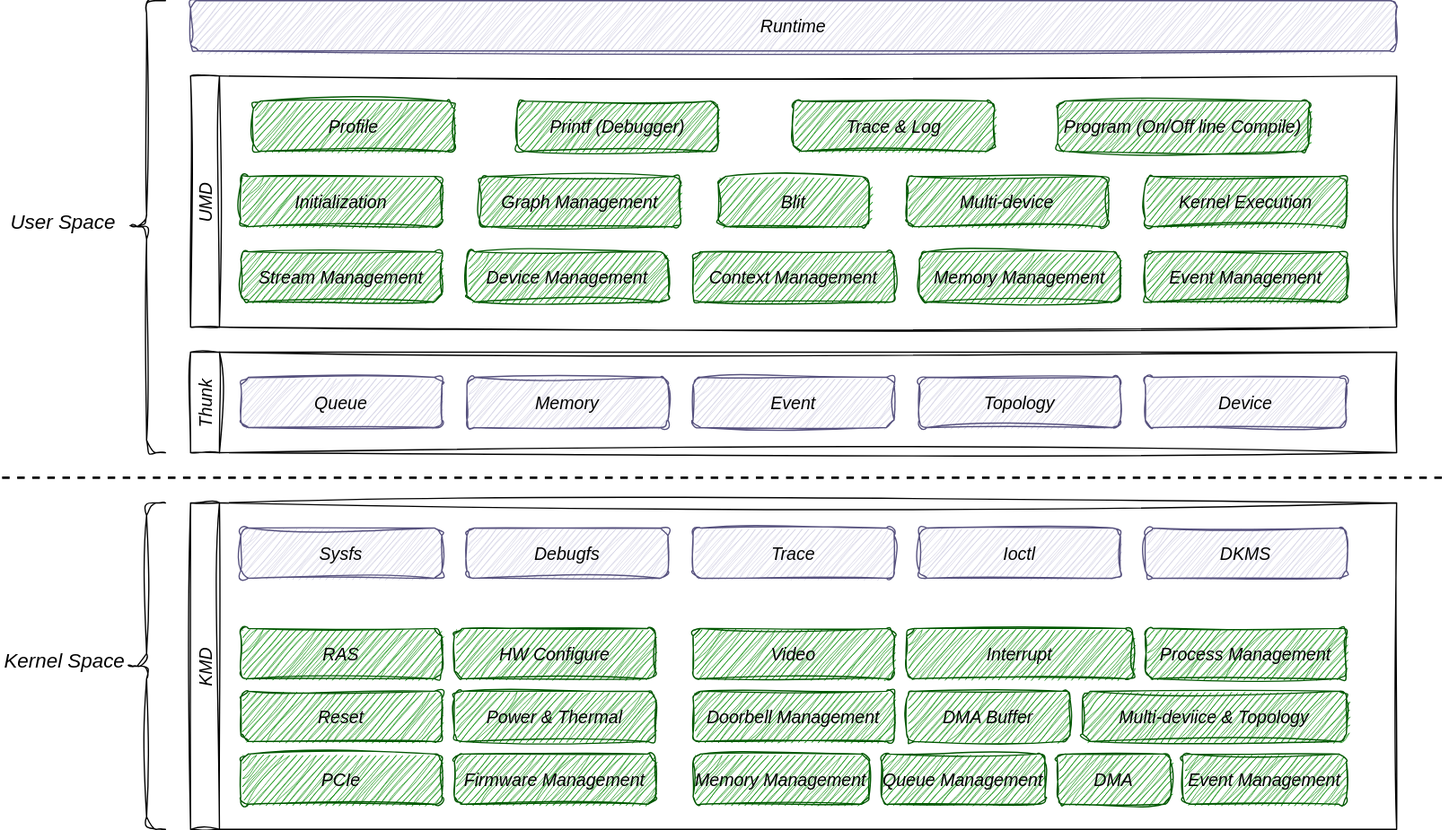
This is doc/com_driver.drawio.svg from matchdiy/memo, a draw.io export, as it was before one commit. Source tidied: cells renumbered, new cells last; positions are measured from the earlier drawing's top-left corner, leaving out a move shared by most shapes.
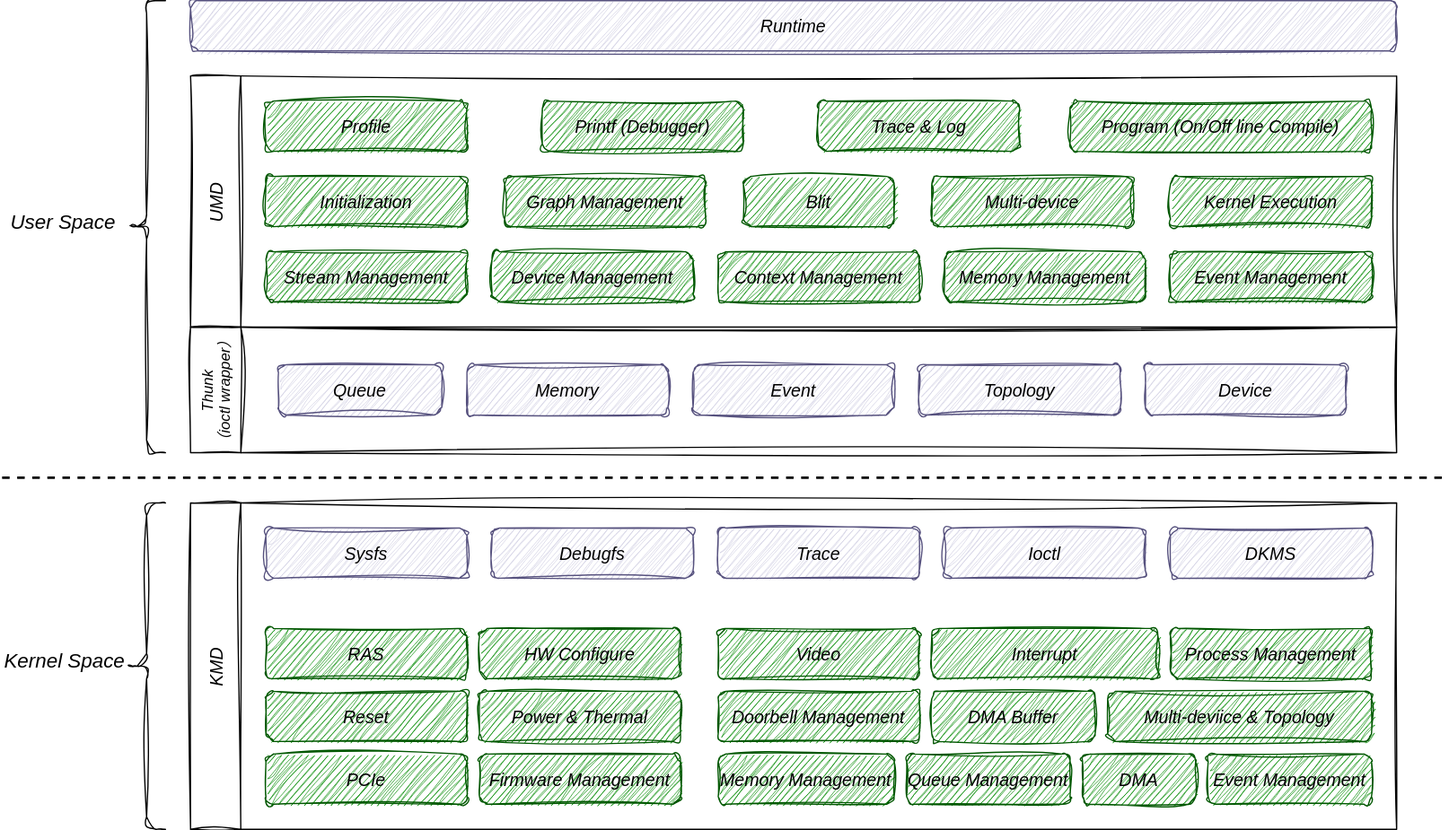
Later version of the same file.

Change to the diagram source:
```diff
@@ -2,137 +2,137 @@
   <root>
     <mxCell id="0" />
     <mxCell id="1" parent="0" />
-    <mxCell id="2" value="KMD" style="swimlane;horizontal=0;sketch=1;curveFitting=1;jiggle=2;fontSize=14;fontStyle=2;labelBackgroundColor=none;fontColor=default;labelBorderColor=none;" parent="1" vertex="1">
+    <mxCell id="2" value="KMD" style="swimlane;horizontal=0;sketch=1;curveFitting=1;jiggle=2;fontSize=14;fontStyle=2;labelBackgroundColor=none;fontColor=default;labelBorderColor=none;startSize=40;" parent="1" vertex="1">
       <mxGeometry x="150" y="400" width="960" height="260" as="geometry" />
     </mxCell>
     <mxCell id="3" value="Sysfs" style="rounded=1;fillColor=#d0cee2;strokeColor=#56517e;fontStyle=2;sketch=1;curveFitting=1;jiggle=2;fontSize=14;labelBackgroundColor=none;labelBorderColor=none;fontColor=default;" parent="2" vertex="1">
-      <mxGeometry x="40" y="20" width="160" height="40" as="geometry" />
+      <mxGeometry x="60" y="20" width="160" height="40" as="geometry" />
     </mxCell>
     <mxCell id="4" value="Debugfs" style="rounded=1;fillColor=#d0cee2;strokeColor=#56517e;fontStyle=2;sketch=1;curveFitting=1;jiggle=2;fontSize=14;labelBackgroundColor=none;labelBorderColor=none;fontColor=default;" parent="2" vertex="1">
-      <mxGeometry x="220" y="20" width="160" height="40" as="geometry" />
+      <mxGeometry x="240" y="20" width="160" height="40" as="geometry" />
     </mxCell>
     <mxCell id="5" value="Trace" style="rounded=1;fillColor=#d0cee2;strokeColor=#56517e;fontStyle=2;sketch=1;curveFitting=1;jiggle=2;fontSize=14;labelBackgroundColor=none;labelBorderColor=none;fontColor=default;" parent="2" vertex="1">
-      <mxGeometry x="400" y="20" width="160" height="40" as="geometry" />
+      <mxGeometry x="420" y="20" width="160" height="40" as="geometry" />
     </mxCell>
     <mxCell id="6" value="Ioctl" style="rounded=1;fillColor=#d0cee2;strokeColor=#56517e;fontStyle=2;sketch=1;curveFitting=1;jiggle=2;fontSize=14;labelBackgroundColor=none;labelBorderColor=none;fontColor=default;" parent="2" vertex="1">
-      <mxGeometry x="580" y="20" width="160" height="40" as="geometry" />
+      <mxGeometry x="600" y="20" width="160" height="40" as="geometry" />
     </mxCell>
     <mxCell id="7" value="DKMS" style="rounded=1;fillColor=#d0cee2;strokeColor=#56517e;fontStyle=2;sketch=1;curveFitting=1;jiggle=2;fontSize=14;labelBackgroundColor=none;labelBorderColor=none;fontColor=default;" parent="2" vertex="1">
-      <mxGeometry x="760" y="20" width="160" height="40" as="geometry" />
+      <mxGeometry x="780" y="20" width="160" height="40" as="geometry" />
     </mxCell>
     <mxCell id="8" value="RAS" style="rounded=1;fillColor=#008a00;strokeColor=#005700;fontStyle=2;sketch=1;curveFitting=1;jiggle=2;fontColor=default;fontSize=14;labelBackgroundColor=none;labelBorderColor=none;" parent="2" vertex="1">
-      <mxGeometry x="40" y="100" width="160" height="40" as="geometry" />
+      <mxGeometry x="60" y="100" width="160" height="40" as="geometry" />
     </mxCell>
     <mxCell id="9" value="Reset" style="rounded=1;fillColor=#008a00;strokeColor=#005700;fontStyle=2;sketch=1;curveFitting=1;jiggle=2;fontColor=default;fontSize=14;labelBackgroundColor=none;labelBorderColor=none;" parent="2" vertex="1">
-      <mxGeometry x="40" y="150" width="160" height="40" as="geometry" />
+      <mxGeometry x="60" y="150" width="160" height="40" as="geometry" />
     </mxCell>
     <mxCell id="10" value="PCIe" style="rounded=1;fillColor=#008a00;strokeColor=#005700;fontStyle=2;sketch=1;curveFitting=1;jiggle=2;fontColor=default;fontSize=14;labelBackgroundColor=none;labelBorderColor=none;" parent="2" vertex="1">
-      <mxGeometry x="40" y="200" width="160" height="40" as="geometry" />
+      <mxGeometry x="60" y="200" width="160" height="40" as="geometry" />
     </mxCell>
     <mxCell id="11" value="HW Configure" style="rounded=1;fillColor=#008a00;strokeColor=#005700;fontStyle=2;sketch=1;curveFitting=1;jiggle=2;fontColor=default;fontSize=14;labelBackgroundColor=none;labelBorderColor=none;" parent="2" vertex="1">
-      <mxGeometry x="210" y="100" width="160" height="40" as="geometry" />
+      <mxGeometry x="230" y="100" width="160" height="40" as="geometry" />
     </mxCell>
     <mxCell id="12" value="Power &amp; Thermal" style="rounded=1;fillColor=#008a00;strokeColor=#005700;fontStyle=2;sketch=1;curveFitting=1;jiggle=2;fontColor=default;fontSize=14;labelBackgroundColor=none;labelBorderColor=none;" parent="2" vertex="1">
-      <mxGeometry x="210" y="150" width="160" height="40" as="geometry" />
+      <mxGeometry x="230" y="150" width="160" height="40" as="geometry" />
     </mxCell>
     <mxCell id="13" value="Firmware Management" style="rounded=1;fillColor=#008a00;strokeColor=#005700;fontStyle=2;sketch=1;curveFitting=1;jiggle=2;fontColor=default;fontSize=14;labelBackgroundColor=none;labelBorderColor=none;" parent="2" vertex="1">
-      <mxGeometry x="210" y="200" width="160" height="40" as="geometry" />
+      <mxGeometry x="230" y="200" width="160" height="40" as="geometry" />
     </mxCell>
     <mxCell id="14" value="Video" style="rounded=1;fillColor=#008a00;strokeColor=#005700;fontStyle=2;sketch=1;curveFitting=1;jiggle=2;fontColor=default;fontSize=14;labelBackgroundColor=none;labelBorderColor=none;" parent="2" vertex="1">
-      <mxGeometry x="400" y="100" width="160" height="40" as="geometry" />
+      <mxGeometry x="420" y="100" width="160" height="40" as="geometry" />
     </mxCell>
     <mxCell id="15" value="Interrupt" style="rounded=1;fillColor=#008a00;strokeColor=#005700;fontStyle=2;sketch=1;curveFitting=1;jiggle=2;fontColor=default;fontSize=14;labelBackgroundColor=none;labelBorderColor=none;" parent="2" vertex="1">
-      <mxGeometry x="570" y="100" width="180" height="40" as="geometry" />
+      <mxGeometry x="590" y="100" width="180" height="40" as="geometry" />
     </mxCell>
     <mxCell id="16" value="Process Management" style="rounded=1;fillColor=#008a00;strokeColor=#005700;fontStyle=2;sketch=1;curveFitting=1;jiggle=2;fontColor=default;fontSize=14;labelBackgroundColor=none;labelBorderColor=none;" parent="2" vertex="1">
-      <mxGeometry x="760" y="100" width="160" height="40" as="geometry" />
+      <mxGeometry x="780" y="100" width="160" height="40" as="geometry" />
     </mxCell>
     <mxCell id="17" value="Doorbell Management" style="rounded=1;fillColor=#008a00;strokeColor=#005700;fontStyle=2;sketch=1;curveFitting=1;jiggle=2;fontColor=default;fontSize=14;labelBackgroundColor=none;labelBorderColor=none;" parent="2" vertex="1">
-      <mxGeometry x="400" y="150" width="160" height="40" as="geometry" />
+      <mxGeometry x="420" y="150" width="160" height="40" as="geometry" />
     </mxCell>
     <mxCell id="18" value="DMA Buffer" style="rounded=1;fillColor=#008a00;strokeColor=#005700;fontStyle=2;sketch=1;curveFitting=1;jiggle=2;fontColor=default;fontSize=14;labelBackgroundColor=none;labelBorderColor=none;" parent="2" vertex="1">
-      <mxGeometry x="570" y="150" width="130" height="40" as="geometry" />
+      <mxGeometry x="590" y="150" width="130" height="40" as="geometry" />
     </mxCell>
     <mxCell id="19" value="Multi-deviice &amp; Topology" style="rounded=1;fillColor=#008a00;strokeColor=#005700;fontStyle=2;sketch=1;curveFitting=1;jiggle=2;fontColor=default;fontSize=14;labelBackgroundColor=none;labelBorderColor=none;" parent="2" vertex="1">
-      <mxGeometry x="710" y="150" width="210" height="40" as="geometry" />
+      <mxGeometry x="730" y="150" width="210" height="40" as="geometry" />
     </mxCell>
     <mxCell id="20" value="Memory Management" style="rounded=1;fillColor=#008a00;strokeColor=#005700;fontStyle=2;sketch=1;curveFitting=1;jiggle=2;fontColor=default;fontSize=14;labelBackgroundColor=none;labelBorderColor=none;" parent="2" vertex="1">
-      <mxGeometry x="400" y="200" width="140" height="40" as="geometry" />
+      <mxGeometry x="420" y="200" width="140" height="40" as="geometry" />
     </mxCell>
     <mxCell id="21" value="Queue Management" style="rounded=1;fillColor=#008a00;strokeColor=#005700;fontStyle=2;sketch=1;curveFitting=1;jiggle=2;fontColor=default;fontSize=14;labelBackgroundColor=none;labelBorderColor=none;" parent="2" vertex="1">
-      <mxGeometry x="550" y="200" width="130" height="40" as="geometry" />
+      <mxGeometry x="570" y="200" width="130" height="40" as="geometry" />
     </mxCell>
     <mxCell id="22" value="DMA" style="rounded=1;fillColor=#008a00;strokeColor=#005700;fontStyle=2;sketch=1;curveFitting=1;jiggle=2;fontColor=default;fontSize=14;labelBackgroundColor=none;labelBorderColor=none;" parent="2" vertex="1">
-      <mxGeometry x="690" y="200" width="90" height="40" as="geometry" />
+      <mxGeometry x="710" y="200" width="90" height="40" as="geometry" />
     </mxCell>
     <mxCell id="23" value="Event Management" style="rounded=1;fillColor=#008a00;strokeColor=#005700;fontStyle=2;sketch=1;curveFitting=1;jiggle=2;fontColor=default;fontSize=14;labelBackgroundColor=none;labelBorderColor=none;" parent="2" vertex="1">
-      <mxGeometry x="790" y="200" width="130" height="40" as="geometry" />
+      <mxGeometry x="810" y="200" width="130" height="40" as="geometry" />
     </mxCell>
     <mxCell id="24" value="Runtime" style="rounded=1;fillColor=#d0cee2;strokeColor=#56517e;fontStyle=2;sketch=1;curveFitting=1;jiggle=2;fontSize=14;labelBackgroundColor=none;labelBorderColor=none;fontColor=default;" parent="1" vertex="1">
       <mxGeometry x="150" width="960" height="40" as="geometry" />
     </mxCell>
-    <mxCell id="25" value="UMD" style="swimlane;horizontal=0;sketch=1;curveFitting=1;jiggle=2;fontSize=14;fontStyle=2;labelBackgroundColor=none;fontColor=default;labelBorderColor=none;" parent="1" vertex="1">
+    <mxCell id="25" value="UMD" style="swimlane;horizontal=0;sketch=1;curveFitting=1;jiggle=2;fontSize=14;fontStyle=2;labelBackgroundColor=none;fontColor=default;labelBorderColor=none;startSize=40;" parent="1" vertex="1">
       <mxGeometry x="150" y="60" width="960" height="200" as="geometry" />
     </mxCell>
     <mxCell id="26" value="Profile" style="rounded=1;fillColor=#008a00;strokeColor=#005700;fontStyle=2;sketch=1;curveFitting=1;jiggle=2;fontColor=default;fontSize=14;labelBackgroundColor=none;labelBorderColor=none;" parent="25" vertex="1">
-      <mxGeometry x="50" y="20" width="160" height="40" as="geometry" />
+      <mxGeometry x="60" y="20" width="160" height="40" as="geometry" />
     </mxCell>
     <mxCell id="27" value="Initialization" style="rounded=1;fillColor=#008a00;strokeColor=#005700;fontStyle=2;sketch=1;curveFitting=1;jiggle=2;fontColor=default;fontSize=14;labelBackgroundColor=none;labelBorderColor=none;" parent="25" vertex="1">
-      <mxGeometry x="40" y="80" width="160" height="40" as="geometry" />
+      <mxGeometry x="60" y="80" width="160" height="40" as="geometry" />
     </mxCell>
     <mxCell id="28" value="Stream Management" style="rounded=1;fillColor=#008a00;strokeColor=#005700;fontStyle=2;sketch=1;curveFitting=1;jiggle=2;fontColor=default;fontSize=14;labelBackgroundColor=none;labelBorderColor=none;" parent="25" vertex="1">
-      <mxGeometry x="40" y="140" width="160" height="40" as="geometry" />
+      <mxGeometry x="60" y="140" width="160" height="40" as="geometry" />
     </mxCell>
     <mxCell id="29" value="Printf (Debugger)" style="rounded=1;fillColor=#008a00;strokeColor=#005700;fontStyle=2;sketch=1;curveFitting=1;jiggle=2;fontColor=default;fontSize=14;labelBackgroundColor=none;labelBorderColor=none;" parent="25" vertex="1">
-      <mxGeometry x="260" y="20" width="160" height="40" as="geometry" />
+      <mxGeometry x="280" y="20" width="160" height="40" as="geometry" />
     </mxCell>
     <mxCell id="30" value="Graph Management" style="rounded=1;fillColor=#008a00;strokeColor=#005700;fontStyle=2;sketch=1;curveFitting=1;jiggle=2;fontColor=default;fontSize=14;labelBackgroundColor=none;labelBorderColor=none;" parent="25" vertex="1">
-      <mxGeometry x="230" y="80" width="160" height="40" as="geometry" />
+      <mxGeometry x="250" y="80" width="160" height="40" as="geometry" />
     </mxCell>
     <mxCell id="31" value="Device Management" style="rounded=1;fillColor=#008a00;strokeColor=#005700;fontStyle=2;sketch=1;curveFitting=1;jiggle=2;fontColor=default;fontSize=14;labelBackgroundColor=none;labelBorderColor=none;" parent="25" vertex="1">
-      <mxGeometry x="220" y="140" width="160" height="40" as="geometry" />
+      <mxGeometry x="240" y="140" width="160" height="40" as="geometry" />
     </mxCell>
     <mxCell id="32" value="Program (On/Off line Compile)" style="rounded=1;fillColor=#008a00;strokeColor=#005700;fontStyle=2;sketch=1;curveFitting=1;jiggle=2;fontColor=default;fontSize=14;labelBackgroundColor=none;labelBorderColor=none;" parent="25" vertex="1">
-      <mxGeometry x="690" y="20" width="200" height="40" as="geometry" />
+      <mxGeometry x="700" y="20" width="240" height="40" as="geometry" />
     </mxCell>
     <mxCell id="33" value="Blit" style="rounded=1;fillColor=#008a00;strokeColor=#005700;fontStyle=2;sketch=1;curveFitting=1;jiggle=2;fontColor=default;fontSize=14;labelBackgroundColor=none;labelBorderColor=none;" parent="25" vertex="1">
-      <mxGeometry x="420" y="80" width="120" height="40" as="geometry" />
+      <mxGeometry x="440" y="80" width="120" height="40" as="geometry" />
     </mxCell>
     <mxCell id="34" value="Context Management" style="rounded=1;fillColor=#008a00;strokeColor=#005700;fontStyle=2;sketch=1;curveFitting=1;jiggle=2;fontColor=default;fontSize=14;labelBackgroundColor=none;labelBorderColor=none;" parent="25" vertex="1">
-      <mxGeometry x="400" y="140" width="160" height="40" as="geometry" />
+      <mxGeometry x="420" y="140" width="160" height="40" as="geometry" />
     </mxCell>
     <mxCell id="35" value="Multi-device" style="rounded=1;fillColor=#008a00;strokeColor=#005700;fontStyle=2;sketch=1;curveFitting=1;jiggle=2;fontColor=default;fontSize=14;labelBackgroundColor=none;labelBorderColor=none;" parent="25" vertex="1">
-      <mxGeometry x="570" y="80" width="160" height="40" as="geometry" />
+      <mxGeometry x="590" y="80" width="160" height="40" as="geometry" />
     </mxCell>
     <mxCell id="36" value="Memory Management" style="rounded=1;fillColor=#008a00;strokeColor=#005700;fontStyle=2;sketch=1;curveFitting=1;jiggle=2;fontColor=default;fontSize=14;labelBackgroundColor=none;labelBorderColor=none;" parent="25" vertex="1">
-      <mxGeometry x="580" y="140" width="160" height="40" as="geometry" />
+      <mxGeometry x="600" y="140" width="160" height="40" as="geometry" />
     </mxCell>
     <mxCell id="37" value="Event Management" style="rounded=1;fillColor=#008a00;strokeColor=#005700;fontStyle=2;sketch=1;curveFitting=1;jiggle=2;fontColor=default;fontSize=14;labelBackgroundColor=none;labelBorderColor=none;" parent="25" vertex="1">
-      <mxGeometry x="760" y="140" width="160" height="40" as="geometry" />
+      <mxGeometry x="780" y="140" width="160" height="40" as="geometry" />
     </mxCell>
     <mxCell id="38" value="Kernel Execution" style="rounded=1;fillColor=#008a00;strokeColor=#005700;fontStyle=2;sketch=1;curveFitting=1;jiggle=2;fontColor=default;fontSize=14;labelBackgroundColor=none;labelBorderColor=none;" parent="25" vertex="1">
-      <mxGeometry x="760" y="80" width="160" height="40" as="geometry" />
+      <mxGeometry x="780" y="80" width="160" height="40" as="geometry" />
     </mxCell>
     <mxCell id="39" value="Trace &amp; Log" style="rounded=1;fillColor=#008a00;strokeColor=#005700;fontStyle=2;sketch=1;curveFitting=1;jiggle=2;fontColor=default;fontSize=14;labelBackgroundColor=none;labelBorderColor=none;" parent="25" vertex="1">
-      <mxGeometry x="480" y="20" width="160" height="40" as="geometry" />
+      <mxGeometry x="500" y="20" width="160" height="40" as="geometry" />
     </mxCell>
-    <mxCell id="40" value="Thunk" style="swimlane;horizontal=0;sketch=1;curveFitting=1;jiggle=2;fontSize=14;fontStyle=2;labelBackgroundColor=none;fontColor=default;labelBorderColor=none;" parent="1" vertex="1">
-      <mxGeometry x="150" y="280" width="960" height="80" as="geometry" />
+    <mxCell id="40" value="Thunk&#10;（ioctl wrapper）" style="swimlane;horizontal=0;sketch=1;curveFitting=1;jiggle=2;fontSize=12;fontStyle=2;labelBackgroundColor=none;fontColor=default;labelBorderColor=none;startSize=40;" parent="1" vertex="1">
+      <mxGeometry x="150" y="260" width="960" height="100" as="geometry" />
     </mxCell>
     <mxCell id="41" value="Queue" style="rounded=1;fillColor=#d0cee2;strokeColor=#56517e;fontStyle=2;sketch=1;curveFitting=1;jiggle=2;fontSize=14;labelBackgroundColor=none;labelBorderColor=none;fontColor=default;" parent="40" vertex="1">
-      <mxGeometry x="40" y="20" width="160" height="40" as="geometry" />
+      <mxGeometry x="70" y="30" width="130" height="40" as="geometry" />
     </mxCell>
     <mxCell id="42" value="Memory" style="rounded=1;fillColor=#d0cee2;strokeColor=#56517e;fontStyle=2;sketch=1;curveFitting=1;jiggle=2;fontSize=14;labelBackgroundColor=none;labelBorderColor=none;fontColor=default;" parent="40" vertex="1">
-      <mxGeometry x="220" y="20" width="160" height="40" as="geometry" />
+      <mxGeometry x="220" y="30" width="160" height="40" as="geometry" />
     </mxCell>
     <mxCell id="43" value="Event" style="rounded=1;fillColor=#d0cee2;strokeColor=#56517e;fontStyle=2;sketch=1;curveFitting=1;jiggle=2;fontSize=14;labelBackgroundColor=none;labelBorderColor=none;fontColor=default;" parent="40" vertex="1">
-      <mxGeometry x="400" y="20" width="160" height="40" as="geometry" />
+      <mxGeometry x="400" y="30" width="160" height="40" as="geometry" />
     </mxCell>
     <mxCell id="44" value="Topology" style="rounded=1;fillColor=#d0cee2;strokeColor=#56517e;fontStyle=2;sketch=1;curveFitting=1;jiggle=2;fontSize=14;labelBackgroundColor=none;labelBorderColor=none;fontColor=default;" parent="40" vertex="1">
-      <mxGeometry x="580" y="20" width="160" height="40" as="geometry" />
+      <mxGeometry x="580" y="30" width="160" height="40" as="geometry" />
     </mxCell>
     <mxCell id="45" value="Device" style="rounded=1;fillColor=#d0cee2;strokeColor=#56517e;fontStyle=2;sketch=1;curveFitting=1;jiggle=2;fontSize=14;labelBackgroundColor=none;labelBorderColor=none;fontColor=default;" parent="40" vertex="1">
-      <mxGeometry x="760" y="20" width="160" height="40" as="geometry" />
+      <mxGeometry x="760" y="30" width="160" height="40" as="geometry" />
     </mxCell>
     <mxCell id="46" value="User Space" style="text;align=left;verticalAlign=middle;strokeColor=none;fillColor=none;sketch=1;curveFitting=1;jiggle=2;fontSize=16;fontStyle=2;labelBackgroundColor=none;fontColor=default;labelBorderColor=none;" parent="1" vertex="1">
       <mxGeometry x="5" y="160" width="110" height="30" as="geometry" />
```
